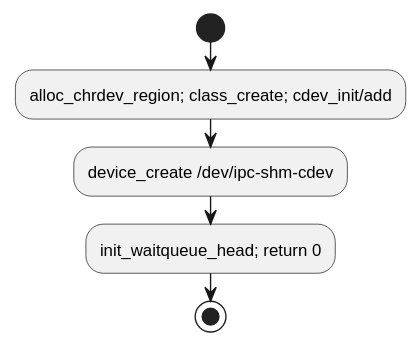
Mastang1/sad_sdd_proj keeps this PlantUML diagram as c1_sdd_linux-ipcs/cursor_tmp/flow_svgs/linux_6_5_20_ipcsCdevInit.svg. Above is the earlier version. Source of this version:
```plantuml
@startuml
!pragma layout smetana
skinparam conditionStyle insideDiamond
skinparam linetype ortho
start
:alloc_chrdev_region; class_create; cdev_init/add;
:device_create /dev/ipc-shm-cdev;
:init_waitqueue_head; return 0;
stop
@enduml
```
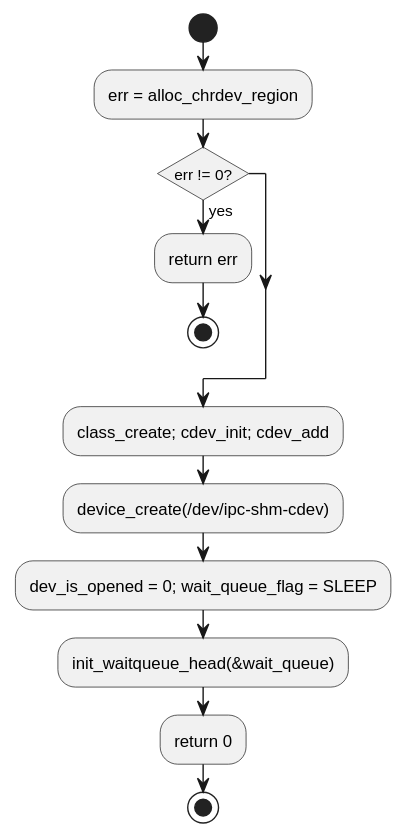
The same file after the commit.

Diff of the diagram source:
```diff
@@ -3,8 +3,15 @@
 skinparam conditionStyle insideDiamond
 skinparam linetype ortho
 start
-:alloc_chrdev_region; class_create; cdev_init/add;
-:device_create /dev/ipc-shm-cdev;
-:init_waitqueue_head; return 0;
+:err = alloc_chrdev_region;
+if (err != 0?) then (yes)
+  :return err;
+  stop
+endif
+:class_create; cdev_init; cdev_add;
+:device_create(/dev/ipc-shm-cdev);
+:dev_is_opened = 0; wait_queue_flag = SLEEP;
+:init_waitqueue_head(&wait_queue);
+:return 0;
 stop
 @enduml
```
